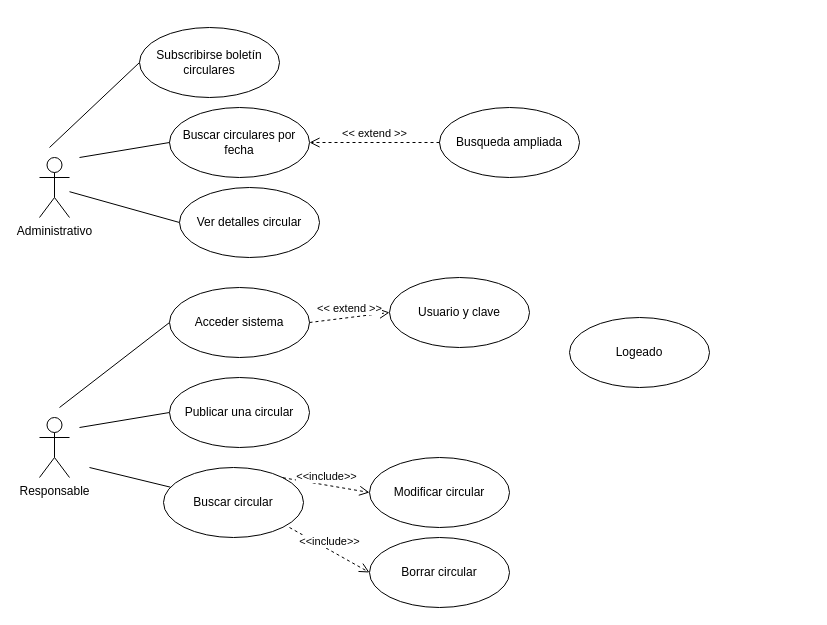
Above: SS.II/Diagrama sin título.drawio in FelixRN/Learning_languages_DAW (draw.io), before the change. Source tidied: cells renumbered, new cells numbered last; positions are measured from the earlier drawing's top-left corner, leaving out a move shared by most shapes. Both pictures are drawn from the tidied source at 100%, with x=0, y=0 at pixel (39, 27).
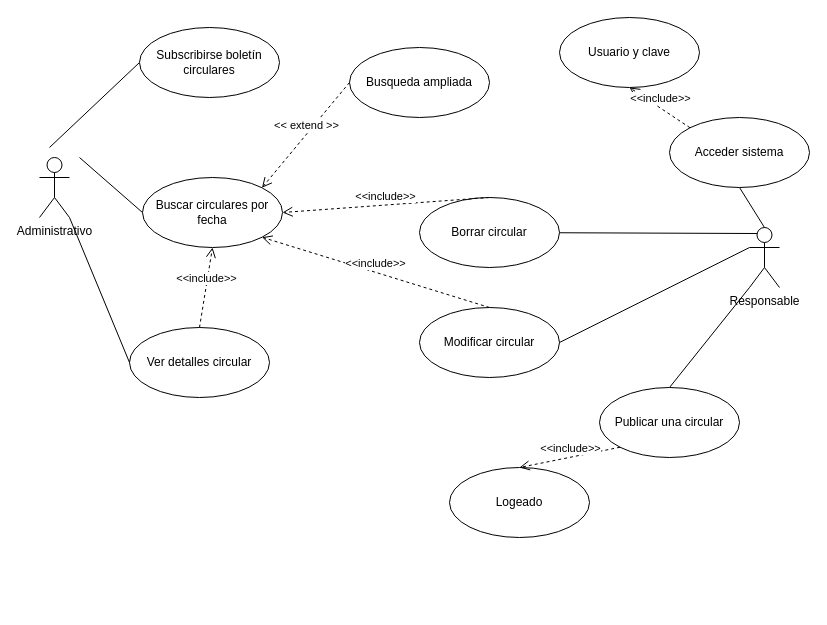
After the change.

Unchanged cells that the change refers to:
```xml
<mxCell id="2" value="Administrativo&lt;div&gt;&amp;nbsp;&lt;/div&gt;" style="shape=umlActor;verticalLabelPosition=bottom;verticalAlign=top;html=1;outlineConnect=0;" parent="1" vertex="1">
  <mxGeometry y="130" width="30" height="60" as="geometry" />
</mxCell>
```

What changed in the source:
```diff
@@
     <mxCell id="3" value="Responsable" style="shape=umlActor;verticalLabelPosition=bottom;verticalAlign=top;html=1;outlineConnect=0;" parent="1" vertex="1">
-      <mxGeometry y="390" width="30" height="60" as="geometry" />
+      <mxGeometry x="710" y="200" width="30" height="60" as="geometry" />
     </mxCell>
@@
     <mxCell id="6" value="Buscar circulares por fecha" style="ellipse;whiteSpace=wrap;html=1;" parent="1" vertex="1">
-      <mxGeometry x="130" y="80" width="140" height="70" as="geometry" />
+      <mxGeometry x="103" y="150" width="140" height="70" as="geometry" />
     </mxCell>
-    <mxCell id="7" style="rounded=0;jettySize=auto;html=1;exitX=0;exitY=0.5;exitDx=0;exitDy=0;endArrow=none;endFill=0;" parent="1" edge="1" source="8" target="2">
-      <mxGeometry relative="1" as="geometry" />
-    </mxCell>
     <mxCell id="8" value="Ver detalles circular" style="ellipse;whiteSpace=wrap;html=1;" parent="1" vertex="1">
-      <mxGeometry x="140" y="160" width="140" height="70" as="geometry" />
+      <mxGeometry x="90" y="300" width="140" height="70" as="geometry" />
     </mxCell>
-    <mxCell id="9" style="rounded=0;jettySize=auto;html=1;exitX=0;exitY=0.5;exitDx=0;exitDy=0;endArrow=none;endFill=0;" parent="1" edge="1" source="10">
-      <mxGeometry relative="1" as="geometry">
-        <mxPoint x="20" y="380" as="targetPoint" />
-      </mxGeometry>
+    <mxCell id="9" style="rounded=0;jettySize=auto;html=1;exitX=0.5;exitY=1;exitDx=0;exitDy=0;endArrow=none;endFill=0;entryX=0.5;entryY=0;entryDx=0;entryDy=0;entryPerimeter=0;" parent="1" edge="1" source="10" target="3">
+      <mxGeometry relative="1" as="geometry" />
     </mxCell>
     <mxCell id="10" value="Acceder sistema" style="ellipse;whiteSpace=wrap;html=1;" parent="1" vertex="1">
-      <mxGeometry x="130" y="260" width="140" height="70" as="geometry" />
+      <mxGeometry x="630" y="90" width="140" height="70" as="geometry" />
     </mxCell>
-    <mxCell id="11" style="rounded=0;jettySize=auto;html=1;exitX=0;exitY=0.5;exitDx=0;exitDy=0;endArrow=none;endFill=0;" parent="1" edge="1" source="12">
-      <mxGeometry relative="1" as="geometry">
-        <mxPoint x="40" y="400" as="targetPoint" />
-      </mxGeometry>
+    <mxCell id="11" style="rounded=0;jettySize=auto;html=1;exitX=0.5;exitY=0;exitDx=0;exitDy=0;endArrow=none;endFill=0;entryX=0;entryY=1;entryDx=0;entryDy=0;entryPerimeter=0;" parent="1" edge="1" source="12" target="3">
+      <mxGeometry relative="1" as="geometry" />
     </mxCell>
     <mxCell id="12" value="Publicar una circular" style="ellipse;whiteSpace=wrap;html=1;" parent="1" vertex="1">
-      <mxGeometry x="130" y="350" width="140" height="70" as="geometry" />
+      <mxGeometry x="560" y="360" width="140" height="70" as="geometry" />
     </mxCell>
     <mxCell id="13" value="Borrar circular" style="ellipse;whiteSpace=wrap;html=1;" parent="1" vertex="1">
-      <mxGeometry x="330" y="510" width="140" height="70" as="geometry" />
+      <mxGeometry x="380" y="170" width="140" height="70" as="geometry" />
     </mxCell>
     <mxCell id="14" value="Modificar circular" style="ellipse;whiteSpace=wrap;html=1;" parent="1" vertex="1">
-      <mxGeometry x="330" y="430" width="140" height="70" as="geometry" />
+      <mxGeometry x="380" y="280" width="140" height="70" as="geometry" />
     </mxCell>
@@
     <mxCell id="16" value="Busqueda ampliada" style="ellipse;whiteSpace=wrap;html=1;" parent="1" vertex="1">
-      <mxGeometry x="400" y="80" width="140" height="70" as="geometry" />
+      <mxGeometry x="310" y="20" width="140" height="70" as="geometry" />
     </mxCell>
-    <mxCell id="17" value="&amp;lt;&amp;lt; extend &amp;gt;&amp;gt;" style="html=1;verticalAlign=bottom;endArrow=open;dashed=1;endSize=8;curved=0;rounded=0;exitX=0;exitY=0.5;exitDx=0;exitDy=0;entryX=1;entryY=0.5;entryDx=0;entryDy=0;" parent="1" edge="1" source="16" target="6">
+    <mxCell id="17" value="&amp;lt;&amp;lt; extend &amp;gt;&amp;gt;" style="html=1;verticalAlign=bottom;endArrow=open;dashed=1;endSize=8;curved=0;rounded=0;exitX=0;exitY=0.5;exitDx=0;exitDy=0;entryX=1;entryY=0;entryDx=0;entryDy=0;" parent="1" edge="1" source="16" target="6">
       <mxGeometry relative="1" as="geometry" />
     </mxCell>
     <mxCell id="18" value="Usuario y clave" style="ellipse;whiteSpace=wrap;html=1;" parent="1" vertex="1">
-      <mxGeometry x="350" y="250" width="140" height="70" as="geometry" />
+      <mxGeometry x="520" y="-10" width="140" height="70" as="geometry" />
     </mxCell>
-    <mxCell id="19" value="&amp;lt;&amp;lt; extend &amp;gt;&amp;gt;" style="html=1;verticalAlign=bottom;endArrow=open;dashed=1;endSize=8;curved=0;rounded=0;exitX=1;exitY=0.5;exitDx=0;exitDy=0;entryX=0;entryY=0.5;entryDx=0;entryDy=0;" parent="1" edge="1" source="10" target="18">
+    <mxCell id="19" value="&amp;lt;&amp;lt;include&amp;gt;&amp;gt;" style="html=1;verticalAlign=bottom;endArrow=open;dashed=1;endSize=8;curved=0;rounded=0;exitX=0;exitY=0;exitDx=0;exitDy=0;entryX=0.5;entryY=1;entryDx=0;entryDy=0;" parent="1" edge="1" source="10" target="18">
       <mxGeometry relative="1" as="geometry" />
     </mxCell>
-    <mxCell id="20" style="rounded=0;jettySize=auto;html=1;endArrow=none;endFill=0;" parent="1" edge="1" source="21">
-      <mxGeometry relative="1" as="geometry">
-        <mxPoint x="50" y="440" as="targetPoint" />
-      </mxGeometry>
-    </mxCell>
-    <mxCell id="21" value="Buscar circular" style="ellipse;whiteSpace=wrap;html=1;" parent="1" vertex="1">
-      <mxGeometry x="124" y="440" width="140" height="70" as="geometry" />
-    </mxCell>
-    <mxCell id="22" value="&amp;lt;&amp;lt;include&amp;gt;&amp;gt;" style="html=1;verticalAlign=bottom;endArrow=open;dashed=1;endSize=8;curved=0;rounded=0;exitX=1;exitY=0;exitDx=0;exitDy=0;entryX=0;entryY=0.5;entryDx=0;entryDy=0;" parent="1" edge="1" source="21" target="14">
+    <mxCell id="22" value="&amp;lt;&amp;lt;include&amp;gt;&amp;gt;" style="html=1;verticalAlign=bottom;endArrow=open;dashed=1;endSize=8;curved=0;rounded=0;exitX=0.5;exitY=0;exitDx=0;exitDy=0;entryX=1;entryY=1;entryDx=0;entryDy=0;" parent="1" edge="1" source="14" target="6">
       <mxGeometry relative="1" as="geometry" />
     </mxCell>
-    <mxCell id="23" value="&amp;lt;&amp;lt;include&amp;gt;&amp;gt;" style="html=1;verticalAlign=bottom;endArrow=open;dashed=1;endSize=8;curved=0;rounded=0;entryX=0;entryY=0.5;entryDx=0;entryDy=0;" parent="1" edge="1" target="13">
-      <mxGeometry relative="1" as="geometry">
-        <mxPoint x="250" y="500" as="sourcePoint" />
-      </mxGeometry>
+    <mxCell id="23" value="&amp;lt;&amp;lt;include&amp;gt;&amp;gt;" style="html=1;verticalAlign=bottom;endArrow=open;dashed=1;endSize=8;curved=0;rounded=0;entryX=1;entryY=0.5;entryDx=0;entryDy=0;exitX=0.5;exitY=0;exitDx=0;exitDy=0;" parent="1" edge="1" source="13" target="6">
+      <mxGeometry relative="1" as="geometry" />
     </mxCell>
     <mxCell id="24" value="Logeado" style="ellipse;whiteSpace=wrap;html=1;" parent="1" vertex="1">
-      <mxGeometry x="530" y="290" width="140" height="70" as="geometry" />
+      <mxGeometry x="410" y="440" width="140" height="70" as="geometry" />
     </mxCell>
+    <mxCell id="25" value="&amp;lt;&amp;lt;include&amp;gt;&amp;gt;" style="html=1;verticalAlign=bottom;endArrow=open;dashed=1;endSize=8;curved=0;rounded=0;exitX=0;exitY=1;exitDx=0;exitDy=0;entryX=0.5;entryY=0;entryDx=0;entryDy=0;" parent="1" edge="1" source="12" target="24">
+      <mxGeometry relative="1" as="geometry" />
+    </mxCell>
+    <mxCell id="26" value="&amp;lt;&amp;lt;include&amp;gt;&amp;gt;" style="html=1;verticalAlign=bottom;endArrow=open;dashed=1;endSize=8;curved=0;rounded=0;exitX=0.5;exitY=0;exitDx=0;exitDy=0;entryX=0.5;entryY=1;entryDx=0;entryDy=0;" parent="1" edge="1" source="8" target="6">
+      <mxGeometry relative="1" as="geometry" />
+    </mxCell>
+    <mxCell id="27" style="rounded=0;jettySize=auto;html=1;exitX=1;exitY=0.5;exitDx=0;exitDy=0;entryX=0;entryY=0.3333333333333333;entryDx=0;entryDy=0;entryPerimeter=0;endArrow=none;endFill=0;" parent="1" edge="1" source="14" target="3">
+      <mxGeometry relative="1" as="geometry" />
+    </mxCell>
+    <mxCell id="28" style="edgeStyle=none;shape=connector;rounded=0;jettySize=auto;html=1;entryX=0.25;entryY=0.1;entryDx=0;entryDy=0;entryPerimeter=0;strokeColor=default;align=center;verticalAlign=middle;fontFamily=Helvetica;fontSize=11;fontColor=default;labelBackgroundColor=default;endArrow=none;endFill=0;" parent="1" edge="1" source="13" target="3">
+      <mxGeometry relative="1" as="geometry" />
+    </mxCell>
+    <mxCell id="7" style="edgeStyle=none;shape=connector;rounded=0;jettySize=auto;html=1;entryX=1;entryY=1;entryDx=0;entryDy=0;entryPerimeter=0;strokeColor=default;align=center;verticalAlign=middle;fontFamily=Helvetica;fontSize=11;fontColor=default;labelBackgroundColor=default;endArrow=none;endFill=0;exitX=0;exitY=0.5;exitDx=0;exitDy=0;" parent="1" edge="1" source="8" target="2">
+      <mxGeometry relative="1" as="geometry" />
+    </mxCell>
```
